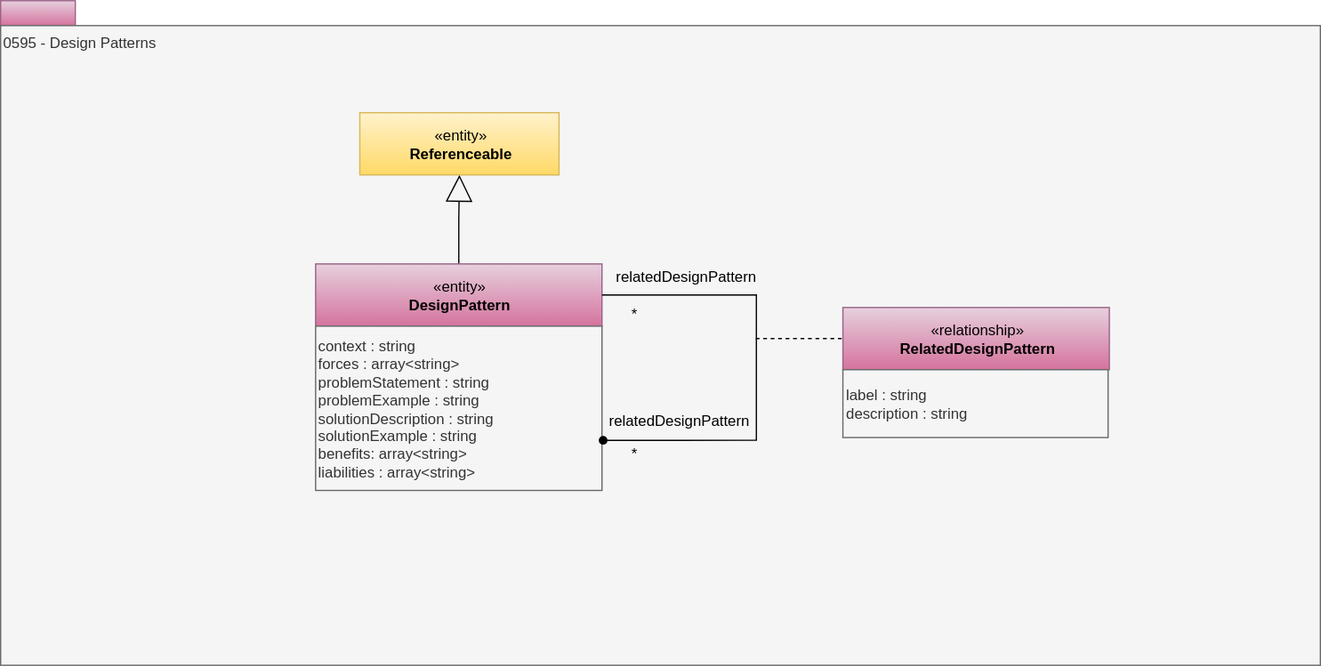
Before: site/docs/types/5/0595-Design-Patterns.svg, a diagram exported from draw.io (odpi/egeria-docs). Source tidied: cells renumbered, new cells last; positions are measured from the earlier drawing's top-left corner, leaving out a move shared by most shapes.
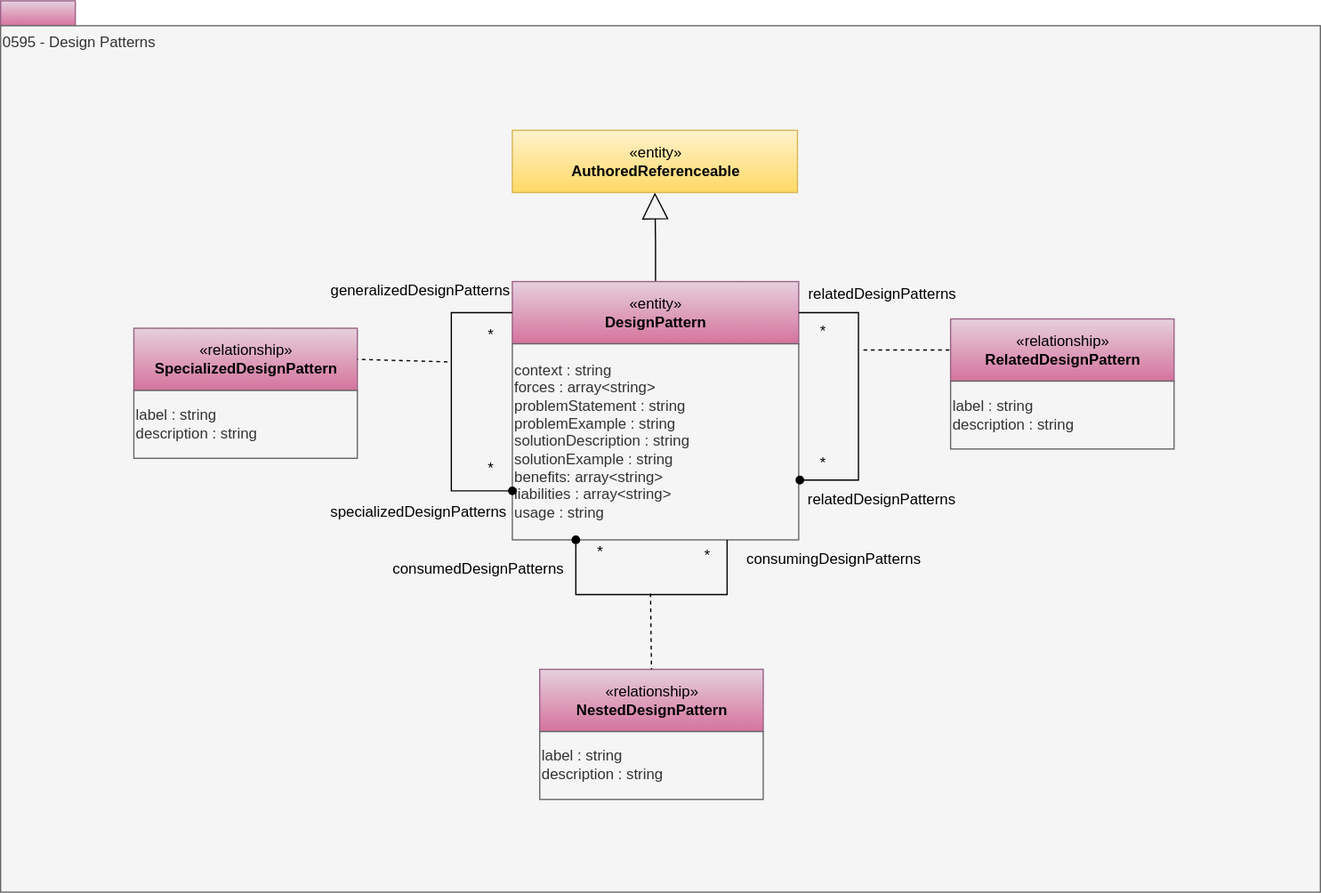
After the commit.

Change to the diagram source:
```diff
@@ -6,50 +6,112 @@
       <mxGeometry width="60" height="20" as="geometry" />
     </mxCell>
     <mxCell id="3" value="0595 - Design Patterns" style="rounded=0;whiteSpace=wrap;html=1;align=left;verticalAlign=top;fillColor=#f5f5f5;fontColor=#333333;strokeColor=#666666;" parent="1" vertex="1">
-      <mxGeometry y="20" width="1060" height="514" as="geometry" />
+      <mxGeometry y="20" width="1060" height="696" as="geometry" />
     </mxCell>
     <mxCell id="4" style="edgeStyle=orthogonalEdgeStyle;rounded=0;jettySize=auto;html=1;exitX=0.5;exitY=0;exitDx=0;exitDy=0;endArrow=block;endFill=0;endSize=19;" parent="1" edge="1" source="5" target="7">
       <mxGeometry relative="1" as="geometry" />
     </mxCell>
     <mxCell id="5" value="«entity»&lt;br&gt;&lt;b&gt;DesignPattern&lt;/b&gt;" style="html=1;strokeColor=#996185;align=center;fillColor=#e6d0de;gradientColor=#d5739d;" parent="1" vertex="1">
-      <mxGeometry x="253" y="211.5" width="230" height="50" as="geometry" />
+      <mxGeometry x="411" y="225.5" width="230" height="50" as="geometry" />
     </mxCell>
-    <mxCell id="6" value="c&lt;span&gt;ontext : string&lt;br&gt;&lt;/span&gt;forces : array&amp;lt;string&amp;gt;&lt;br&gt;&lt;span&gt;problemStatement : string&lt;/span&gt;&lt;br&gt;&lt;span&gt;problemExample : string&lt;/span&gt;&lt;br&gt;&lt;span&gt;solutionDescription : string&lt;/span&gt;&lt;br&gt;&lt;span&gt;solutionExample : string&lt;/span&gt;&lt;br&gt;&lt;span&gt;benefits: array&amp;lt;string&amp;gt;&lt;br&gt;liabilities : array&amp;lt;string&amp;gt;&lt;br&gt;&lt;/span&gt;" style="rounded=0;whiteSpace=wrap;html=1;strokeColor=#666666;align=left;fillColor=#f5f5f5;fontColor=#333333;" parent="1" vertex="1">
-      <mxGeometry x="253" y="261.5" width="230" height="132" as="geometry" />
+    <mxCell id="6" value="c&lt;span&gt;ontext : string&lt;br&gt;&lt;/span&gt;forces : array&amp;lt;string&amp;gt;&lt;br&gt;&lt;span&gt;problemStatement : string&lt;/span&gt;&lt;br&gt;&lt;span&gt;problemExample : string&lt;/span&gt;&lt;br&gt;&lt;span&gt;solutionDescription : string&lt;/span&gt;&lt;br&gt;&lt;span&gt;solutionExample : string&lt;/span&gt;&lt;br&gt;&lt;span&gt;benefits: array&amp;lt;string&amp;gt;&lt;br&gt;liabilities : array&amp;lt;string&amp;gt;&lt;br&gt;&lt;/span&gt;&lt;div&gt;&lt;span&gt;usage : string&lt;/span&gt;&lt;/div&gt;" style="rounded=0;whiteSpace=wrap;html=1;strokeColor=#666666;align=left;fillColor=#f5f5f5;fontColor=#333333;" parent="1" vertex="1">
+      <mxGeometry x="411" y="275.5" width="230" height="157.5" as="geometry" />
     </mxCell>
-    <mxCell id="7" value="«entity»&lt;br&gt;&lt;b&gt;Referenceable&lt;/b&gt;" style="html=1;strokeColor=#d6b656;align=center;fillColor=#fff2cc;gradientColor=#ffd966;" parent="1" vertex="1">
-      <mxGeometry x="288.5" y="90" width="160" height="50" as="geometry" />
+    <mxCell id="7" value="«entity»&lt;br&gt;&lt;b&gt;AuthoredReferenceable&lt;/b&gt;" style="html=1;strokeColor=#d6b656;align=center;fillColor=#fff2cc;gradientColor=#ffd966;" parent="1" vertex="1">
+      <mxGeometry x="411" y="104" width="229" height="50" as="geometry" />
     </mxCell>
     <mxCell id="8" style="edgeStyle=orthogonalEdgeStyle;rounded=0;jettySize=auto;html=1;exitX=1;exitY=0.5;exitDx=0;exitDy=0;entryX=1.004;entryY=0.695;entryDx=0;entryDy=0;endArrow=oval;endFill=1;entryPerimeter=0;" parent="1" edge="1" source="5" target="6">
       <mxGeometry relative="1" as="geometry">
         <Array as="points">
-          <mxPoint x="607" y="236.5" />
-          <mxPoint x="607" y="353.5" />
+          <mxPoint x="689" y="251" />
+          <mxPoint x="689" y="385" />
         </Array>
       </mxGeometry>
     </mxCell>
     <mxCell id="9" value="*" style="text;html=1;strokeColor=none;fillColor=none;align=center;verticalAlign=middle;whiteSpace=wrap;rounded=0;" parent="1" vertex="1">
-      <mxGeometry x="488.5" y="241.5" width="40" height="20" as="geometry" />
+      <mxGeometry x="641" y="255.5" width="40" height="20" as="geometry" />
     </mxCell>
-    <mxCell id="10" value="relatedDesignPattern" style="text;html=1;strokeColor=none;fillColor=none;align=center;verticalAlign=middle;whiteSpace=wrap;rounded=0;" parent="1" vertex="1">
-      <mxGeometry x="488.5" y="211.5" width="123" height="20" as="geometry" />
+    <mxCell id="10" value="relatedDesignPatterns" style="text;html=1;strokeColor=none;fillColor=none;align=center;verticalAlign=middle;whiteSpace=wrap;rounded=0;" parent="1" vertex="1">
+      <mxGeometry x="646.5" y="225.5" width="123" height="20" as="geometry" />
     </mxCell>
-    <mxCell id="11" value="relatedDesignPattern" style="text;html=1;strokeColor=none;fillColor=none;align=center;verticalAlign=middle;whiteSpace=wrap;rounded=0;" parent="1" vertex="1">
-      <mxGeometry x="492.5" y="327.5" width="104" height="20" as="geometry" />
+    <mxCell id="11" value="relatedDesignPatterns" style="text;html=1;strokeColor=none;fillColor=none;align=center;verticalAlign=middle;whiteSpace=wrap;rounded=0;" parent="1" vertex="1">
+      <mxGeometry x="656" y="391" width="104" height="20" as="geometry" />
     </mxCell>
     <mxCell id="12" value="«relationship»&lt;br&gt;&lt;b&gt;RelatedDesignPattern&lt;/b&gt;" style="html=1;strokeColor=#996185;align=center;fillColor=#e6d0de;gradientColor=#d5739d;" parent="1" vertex="1">
-      <mxGeometry x="676.5" y="246.5" width="214" height="50" as="geometry" />
+      <mxGeometry x="763" y="255.5" width="179.5" height="50" as="geometry" />
     </mxCell>
     <mxCell id="13" style="endArrow=none;dashed=1;html=1;entryX=0;entryY=0.5;entryDx=0;entryDy=0;" parent="1" edge="1" target="12">
       <mxGeometry relative="1" as="geometry">
-        <mxPoint x="606.5" y="271.5" as="sourcePoint" />
+        <mxPoint x="693" y="280.5" as="sourcePoint" />
       </mxGeometry>
     </mxCell>
     <mxCell id="14" value="&lt;div style=&quot;text-align: left&quot;&gt;&lt;span&gt;label : string&lt;/span&gt;&lt;/div&gt;&lt;div style=&quot;text-align: left&quot;&gt;&lt;span&gt;description : string&lt;/span&gt;&lt;/div&gt;" style="rounded=0;whiteSpace=wrap;html=1;strokeColor=#666666;align=left;fillColor=#f5f5f5;fontColor=#333333;" parent="1" vertex="1">
-      <mxGeometry x="676.5" y="296.5" width="213" height="54.5" as="geometry" />
+      <mxGeometry x="763" y="305.5" width="179.5" height="54.5" as="geometry" />
     </mxCell>
     <mxCell id="15" value="*" style="text;html=1;strokeColor=none;fillColor=none;align=center;verticalAlign=middle;whiteSpace=wrap;rounded=0;" parent="1" vertex="1">
-      <mxGeometry x="488.5" y="353.5" width="40" height="20" as="geometry" />
+      <mxGeometry x="641" y="362" width="40" height="20" as="geometry" />
     </mxCell>
+    <mxCell id="16" style="edgeStyle=orthogonalEdgeStyle;rounded=0;jettySize=auto;html=1;exitX=0.75;exitY=1;exitDx=0;exitDy=0;entryX=0;entryY=0;entryDx=0;entryDy=0;endArrow=oval;endFill=1;" parent="1" edge="1" source="6" target="23">
+      <mxGeometry relative="1" as="geometry">
+        <Array as="points">
+          <mxPoint x="584" y="477" />
+          <mxPoint x="462" y="477" />
+        </Array>
+      </mxGeometry>
+    </mxCell>
+    <mxCell id="17" value="*" style="text;html=1;strokeColor=none;fillColor=none;align=center;verticalAlign=middle;whiteSpace=wrap;rounded=0;" parent="1" vertex="1">
+      <mxGeometry x="548" y="436" width="40" height="20" as="geometry" />
+    </mxCell>
+    <mxCell id="18" value="consumingDesignPatterns" style="text;html=1;strokeColor=none;fillColor=none;align=center;verticalAlign=middle;whiteSpace=wrap;rounded=0;" parent="1" vertex="1">
+      <mxGeometry x="608" y="439" width="123" height="20" as="geometry" />
+    </mxCell>
+    <mxCell id="19" value="consumedDesignPatterns" style="text;html=1;strokeColor=none;fillColor=none;align=center;verticalAlign=middle;whiteSpace=wrap;rounded=0;" parent="1" vertex="1">
+      <mxGeometry x="332" y="447" width="104" height="20" as="geometry" />
+    </mxCell>
+    <mxCell id="20" value="«relationship»&lt;br&gt;&lt;b&gt;NestedDesignPattern&lt;/b&gt;" style="html=1;strokeColor=#996185;align=center;fillColor=#e6d0de;gradientColor=#d5739d;" parent="1" vertex="1">
+      <mxGeometry x="433" y="537" width="179.5" height="50" as="geometry" />
+    </mxCell>
+    <mxCell id="21" style="endArrow=none;dashed=1;html=1;entryX=0.5;entryY=0;entryDx=0;entryDy=0;" parent="1" edge="1" target="20">
+      <mxGeometry relative="1" as="geometry">
+        <mxPoint x="522" y="476" as="sourcePoint" />
+      </mxGeometry>
+    </mxCell>
+    <mxCell id="22" value="&lt;div style=&quot;text-align: left&quot;&gt;&lt;span&gt;label : string&lt;/span&gt;&lt;/div&gt;&lt;div style=&quot;text-align: left&quot;&gt;&lt;span&gt;description : string&lt;/span&gt;&lt;/div&gt;" style="rounded=0;whiteSpace=wrap;html=1;strokeColor=#666666;align=left;fillColor=#f5f5f5;fontColor=#333333;" parent="1" vertex="1">
+      <mxGeometry x="433" y="587" width="179.5" height="54.5" as="geometry" />
+    </mxCell>
+    <mxCell id="23" value="*" style="text;html=1;strokeColor=none;fillColor=none;align=center;verticalAlign=middle;whiteSpace=wrap;rounded=0;" parent="1" vertex="1">
+      <mxGeometry x="462" y="433" width="40" height="20" as="geometry" />
+    </mxCell>
+    <mxCell id="24" style="edgeStyle=orthogonalEdgeStyle;rounded=0;jettySize=auto;html=1;exitX=0;exitY=0.5;exitDx=0;exitDy=0;entryX=0;entryY=0.75;entryDx=0;entryDy=0;endArrow=oval;endFill=1;" parent="1" edge="1" source="5" target="6">
+      <mxGeometry relative="1" as="geometry">
+        <Array as="points">
+          <mxPoint x="362" y="251" />
+          <mxPoint x="362" y="394" />
+        </Array>
+      </mxGeometry>
+    </mxCell>
+    <mxCell id="25" value="*" style="text;html=1;strokeColor=none;fillColor=none;align=center;verticalAlign=middle;whiteSpace=wrap;rounded=0;" parent="1" vertex="1">
+      <mxGeometry x="373.5" y="259" width="40" height="20" as="geometry" />
+    </mxCell>
+    <mxCell id="26" value="generalizedDesignPatterns" style="text;html=1;strokeColor=none;fillColor=none;align=center;verticalAlign=middle;whiteSpace=wrap;rounded=0;" parent="1" vertex="1">
+      <mxGeometry x="276" y="223" width="123" height="20" as="geometry" />
+    </mxCell>
+    <mxCell id="27" value="specializedDesignPatterns" style="text;html=1;strokeColor=none;fillColor=none;align=center;verticalAlign=middle;whiteSpace=wrap;rounded=0;" parent="1" vertex="1">
+      <mxGeometry x="284" y="401" width="104" height="20" as="geometry" />
+    </mxCell>
+    <mxCell id="28" value="«relationship»&lt;br&gt;&lt;b&gt;SpecializedDesignPattern&lt;/b&gt;" style="html=1;strokeColor=#996185;align=center;fillColor=#e6d0de;gradientColor=#d5739d;" parent="1" vertex="1">
+      <mxGeometry x="107" y="263" width="179.5" height="50" as="geometry" />
+    </mxCell>
+    <mxCell id="29" style="endArrow=none;dashed=1;html=1;entryX=1;entryY=0.5;entryDx=0;entryDy=0;" parent="1" edge="1" target="28">
+      <mxGeometry relative="1" as="geometry">
+        <mxPoint x="359" y="290" as="sourcePoint" />
+      </mxGeometry>
+    </mxCell>
+    <mxCell id="30" value="&lt;div style=&quot;text-align: left&quot;&gt;&lt;span&gt;label : string&lt;/span&gt;&lt;/div&gt;&lt;div style=&quot;text-align: left&quot;&gt;&lt;span&gt;description : string&lt;/span&gt;&lt;/div&gt;" style="rounded=0;whiteSpace=wrap;html=1;strokeColor=#666666;align=left;fillColor=#f5f5f5;fontColor=#333333;" parent="1" vertex="1">
+      <mxGeometry x="107" y="313" width="179.5" height="54.5" as="geometry" />
+    </mxCell>
+    <mxCell id="31" value="*" style="text;html=1;strokeColor=none;fillColor=none;align=center;verticalAlign=middle;whiteSpace=wrap;rounded=0;" parent="1" vertex="1">
+      <mxGeometry x="373.5" y="365.5" width="40" height="20" as="geometry" />
+    </mxCell>
   </root>
 </mxGraphModel>
```
